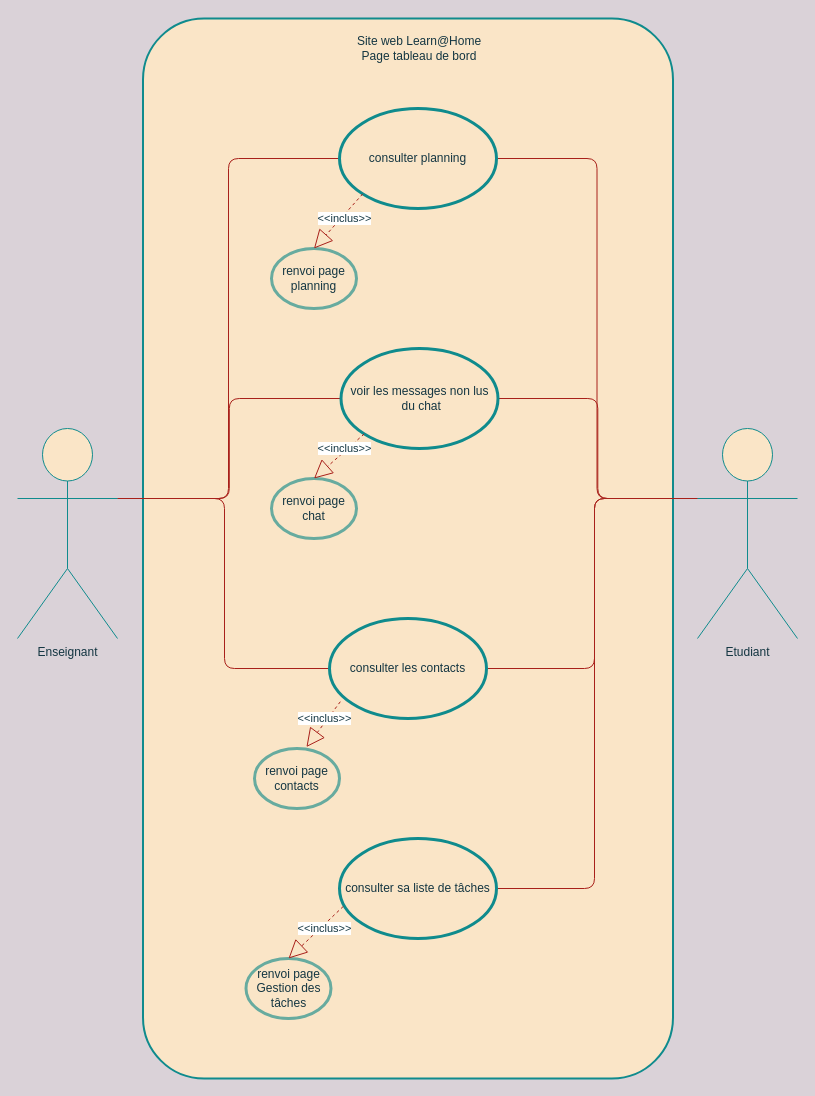
Before: page "Tableau de bord" (2 of 6) of diagrammes de cas d’usage_v3.drawio in Formation-DA-PYTHON2021/projet3, a draw.io diagram. Source tidied: cells renumbered, new cells numbered last; positions are measured from the earlier drawing's top-left corner, leaving out a move shared by most shapes. Both pictures are drawn from the tidied source at 100%, with x=0, y=0 at pixel (17, 18).
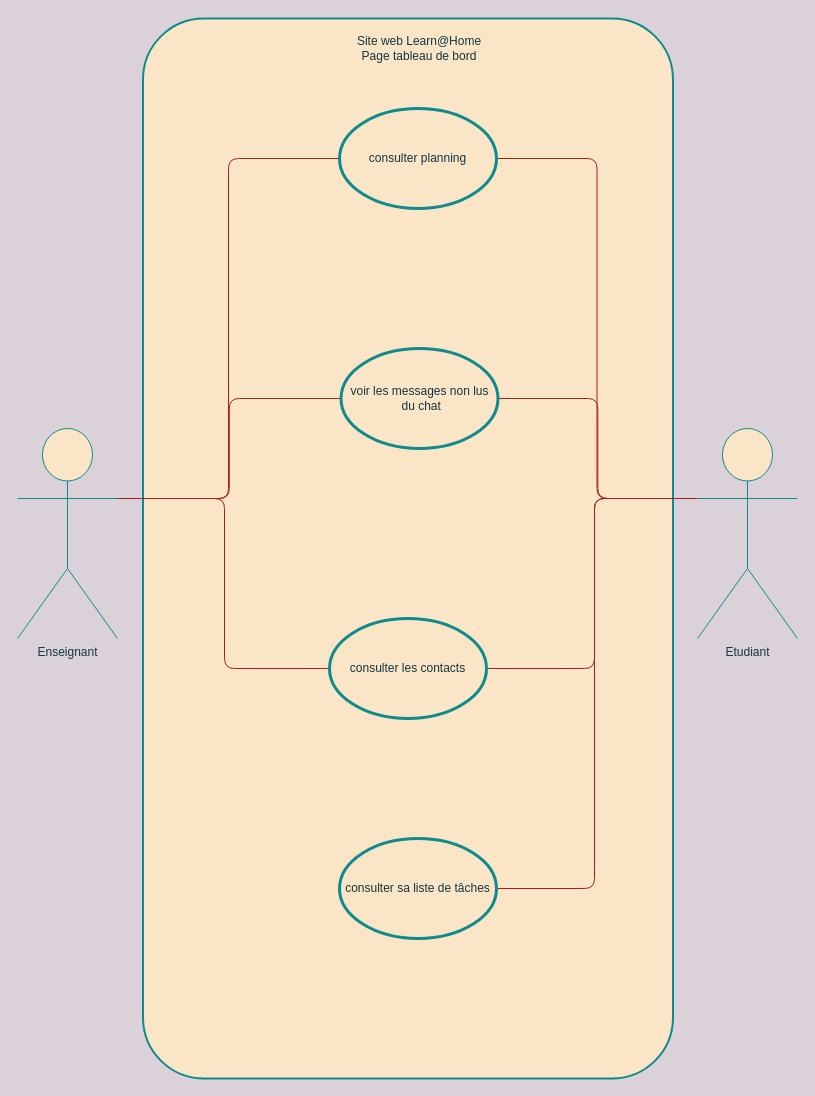
The same page after the edit.

The change refers to these unchanged cells:
```xml
<mxCell id="13" value="consulter planning" style="ellipse;whiteSpace=wrap;html=1;fillColor=#FAE5C7;strokeColor=#0F8B8D;fontColor=#143642;strokeWidth=3;" parent="1" vertex="1">
  <mxGeometry x="322" y="90" width="157" height="100" as="geometry" />
</mxCell>
<mxCell id="14" value="voir les messages non lus&lt;br&gt;&amp;nbsp;du chat" style="ellipse;whiteSpace=wrap;html=1;fillColor=#FAE5C7;strokeColor=#0F8B8D;fontColor=#143642;strokeWidth=3;" parent="1" vertex="1">
  <mxGeometry x="323.5" y="330" width="157" height="100" as="geometry" />
</mxCell>
<mxCell id="15" value="consulter les contacts" style="ellipse;whiteSpace=wrap;html=1;fillColor=#FAE5C7;strokeColor=#0F8B8D;fontColor=#143642;strokeWidth=3;" parent="1" vertex="1">
  <mxGeometry x="312" y="600" width="157" height="100" as="geometry" />
</mxCell>
<mxCell id="16" value="consulter sa liste de tâches" style="ellipse;whiteSpace=wrap;html=1;fillColor=#FAE5C7;strokeColor=#0F8B8D;fontColor=#143642;strokeWidth=3;" parent="1" vertex="1">
  <mxGeometry x="322" y="820" width="157" height="100" as="geometry" />
</mxCell>
```

The edit, as a diff of the source:
```diff
@@
-    <mxCell id="17" value="renvoi page planning" style="ellipse;whiteSpace=wrap;html=1;fillColor=#FAE5C7;strokeColor=#67AB9F;fontColor=#143642;strokeWidth=3;" parent="1" vertex="1">
-      <mxGeometry x="254" y="230" width="85" height="60" as="geometry" />
-    </mxCell>
-    <mxCell id="18" value="renvoi page chat" style="ellipse;whiteSpace=wrap;html=1;fillColor=#FAE5C7;strokeColor=#67AB9F;fontColor=#143642;strokeWidth=3;" parent="1" vertex="1">
-      <mxGeometry x="254" y="460" width="85" height="60" as="geometry" />
-    </mxCell>
-    <mxCell id="19" value="renvoi page contacts" style="ellipse;whiteSpace=wrap;html=1;fillColor=#FAE5C7;strokeColor=#67AB9F;fontColor=#143642;strokeWidth=3;" parent="1" vertex="1">
-      <mxGeometry x="237" y="730" width="85" height="60" as="geometry" />
-    </mxCell>
-    <mxCell id="20" value="renvoi page Gestion des tâches" style="ellipse;whiteSpace=wrap;html=1;fillColor=#FAE5C7;strokeColor=#67AB9F;fontColor=#143642;strokeWidth=3;" parent="1" vertex="1">
-      <mxGeometry x="228.5" y="940" width="85" height="60" as="geometry" />
-    </mxCell>
-    <mxCell id="21" value="&amp;lt;&amp;lt;inclus&amp;gt;&amp;gt;" style="endArrow=block;endSize=16;endFill=0;html=1;fontColor=#143642;strokeColor=#A8201A;fillColor=#FAE5C7;entryX=0.5;entryY=0;entryDx=0;entryDy=0;exitX=0.024;exitY=0.679;exitDx=0;exitDy=0;exitPerimeter=0;dashed=1;" parent="1" edge="1" source="16" target="20">
-      <mxGeometry x="-0.24" y="3" relative="1" as="geometry" />
-    </mxCell>
-    <mxCell id="22" value="&amp;lt;&amp;lt;inclus&amp;gt;&amp;gt;" style="endArrow=block;endSize=16;endFill=0;html=1;fontColor=#143642;strokeColor=#A8201A;fillColor=#FAE5C7;entryX=0.611;entryY=-0.024;entryDx=0;entryDy=0;exitX=0.069;exitY=0.832;exitDx=0;exitDy=0;exitPerimeter=0;dashed=1;entryPerimeter=0;" parent="1" edge="1" source="15" target="19">
-      <mxGeometry x="-0.19" y="-3" relative="1" as="geometry" />
-    </mxCell>
-    <mxCell id="23" value="&amp;lt;&amp;lt;inclus&amp;gt;&amp;gt;" style="endArrow=block;endSize=16;endFill=0;html=1;fontColor=#143642;strokeColor=#A8201A;fillColor=#FAE5C7;entryX=0.5;entryY=0;entryDx=0;entryDy=0;dashed=1;exitX=0;exitY=1;exitDx=0;exitDy=0;" parent="1" edge="1" source="14" target="18">
-      <mxGeometry x="-0.27" y="-2" relative="1" as="geometry" />
-    </mxCell>
-    <mxCell id="24" value="&amp;lt;&amp;lt;inclus&amp;gt;&amp;gt;" style="endArrow=block;endSize=16;endFill=0;html=1;fontColor=#143642;strokeColor=#A8201A;fillColor=#FAE5C7;entryX=0.5;entryY=0;entryDx=0;entryDy=0;dashed=1;exitX=0;exitY=1;exitDx=0;exitDy=0;" parent="1" edge="1" source="13" target="17">
-      <mxGeometry x="-0.17" y="3" relative="1" as="geometry" />
-    </mxCell>
```
